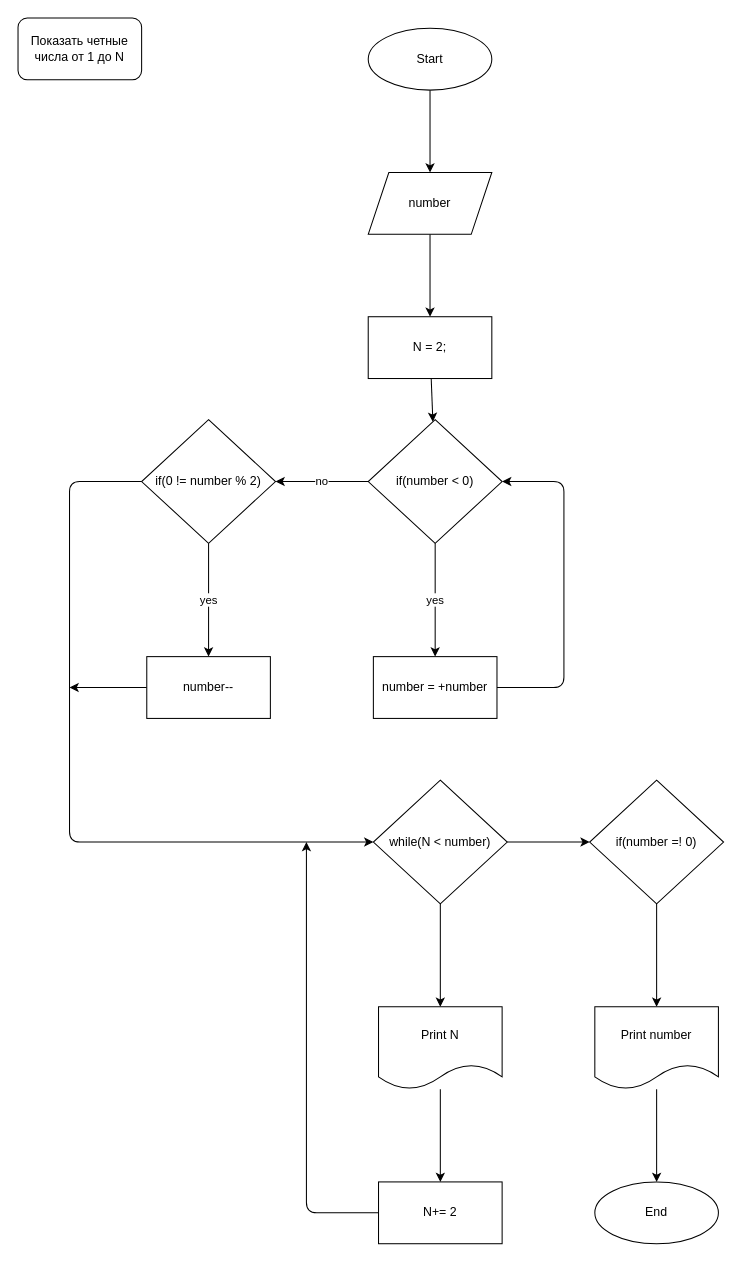
Before: Task8ShowEvenNumberFrom1ToN/flowchart.drawio in Fostix/LoLTasks, a draw.io diagram. Source tidied: cells renumbered, new cells numbered last; positions are measured from the earlier drawing's top-left corner, leaving out a move shared by most shapes. Both pictures are drawn from the tidied source at 103%, with x=0, y=0 at pixel (18, 18).
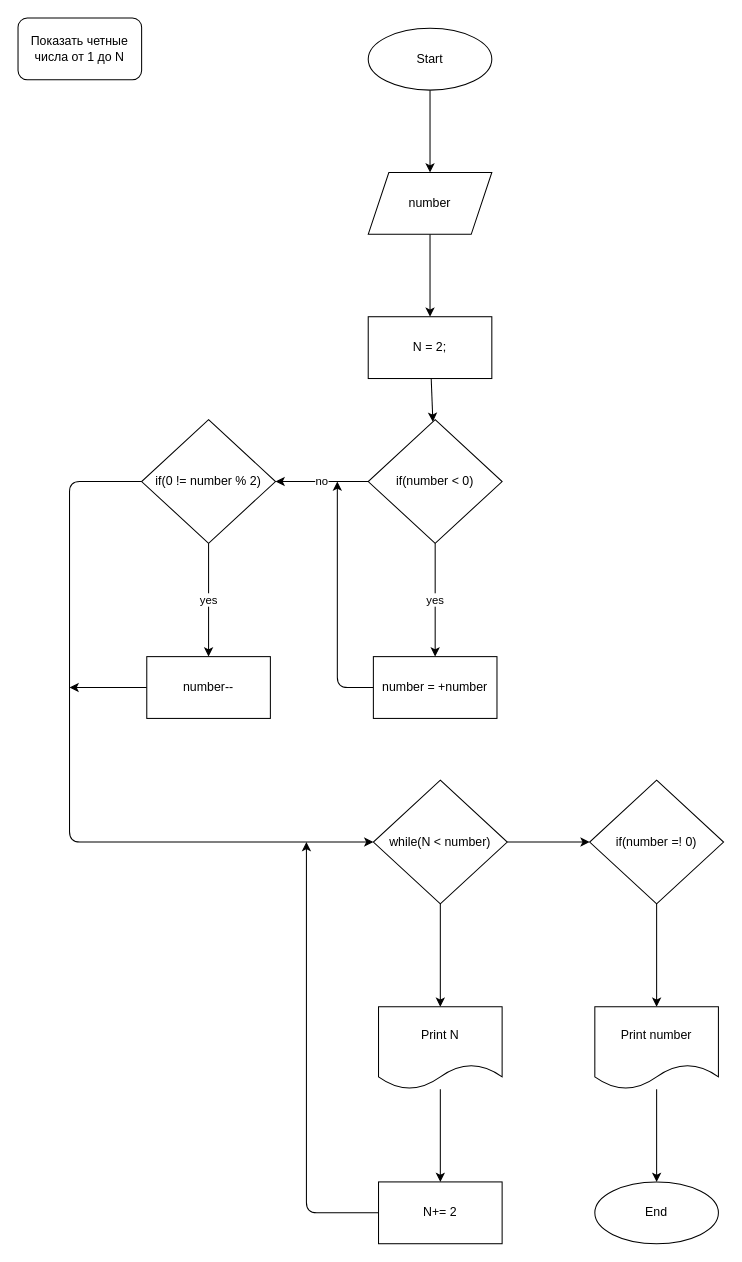
The same diagram, later.

Commit message:
recommit task 8 forgot add select

Unchanged cells that the change refers to:
```xml
<mxCell id="11" value="if(number &amp;lt; 0)" style="rhombus;whiteSpace=wrap;html=1;" parent="1" vertex="1">
  <mxGeometry x="340" y="390" width="130" height="120" as="geometry" />
</mxCell>
<mxCell id="13" value="number = +number" style="whiteSpace=wrap;html=1;" parent="1" vertex="1">
  <mxGeometry x="345" y="620" width="120" height="60" as="geometry" />
</mxCell>
```

What changed in the source:
```diff
@@
-    <mxCell id="12" style="edgeStyle=none;html=1;entryX=1;entryY=0.5;entryDx=0;entryDy=0;" parent="1" edge="1" source="13" target="11">
-      <mxGeometry relative="1" as="geometry">
-        <Array as="points">
-          <mxPoint x="530" y="650" />
-          <mxPoint x="530" y="450" />
-        </Array>
-      </mxGeometry>
-    </mxCell>
+    <mxCell id="31" style="edgeStyle=none;html=1;" parent="1" edge="1" source="13">
+      <mxGeometry relative="1" as="geometry">
+        <mxPoint x="310" y="450" as="targetPoint" />
+        <Array as="points">
+          <mxPoint x="310" y="650" />
+        </Array>
+      </mxGeometry>
+    </mxCell>
```
